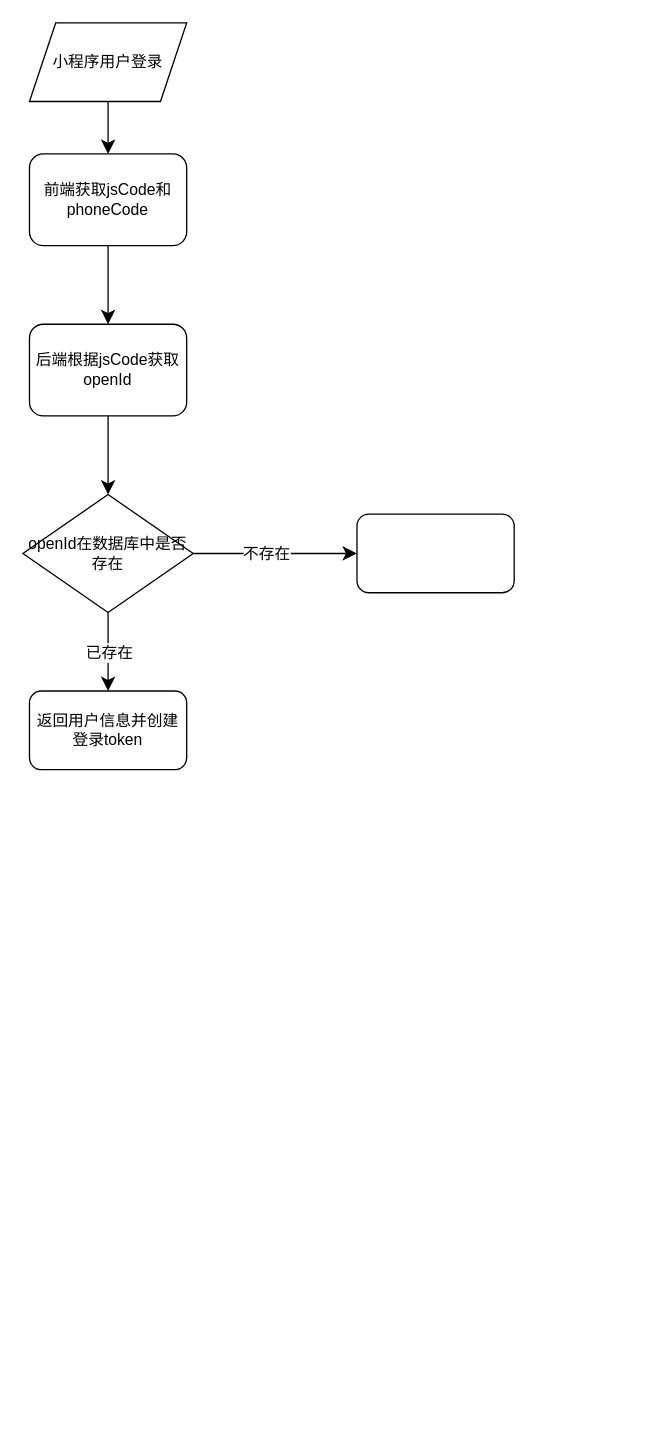
The draw.io diagram 登录流程.drawio in will-ye/learngitinhome, before the edit. Source tidied: cells renumbered, new cells numbered last; positions are measured from the earlier drawing's top-left corner, leaving out a move shared by most shapes. Both pictures are drawn from the tidied source at 131%, with x=0, y=0 at pixel (22, 22).
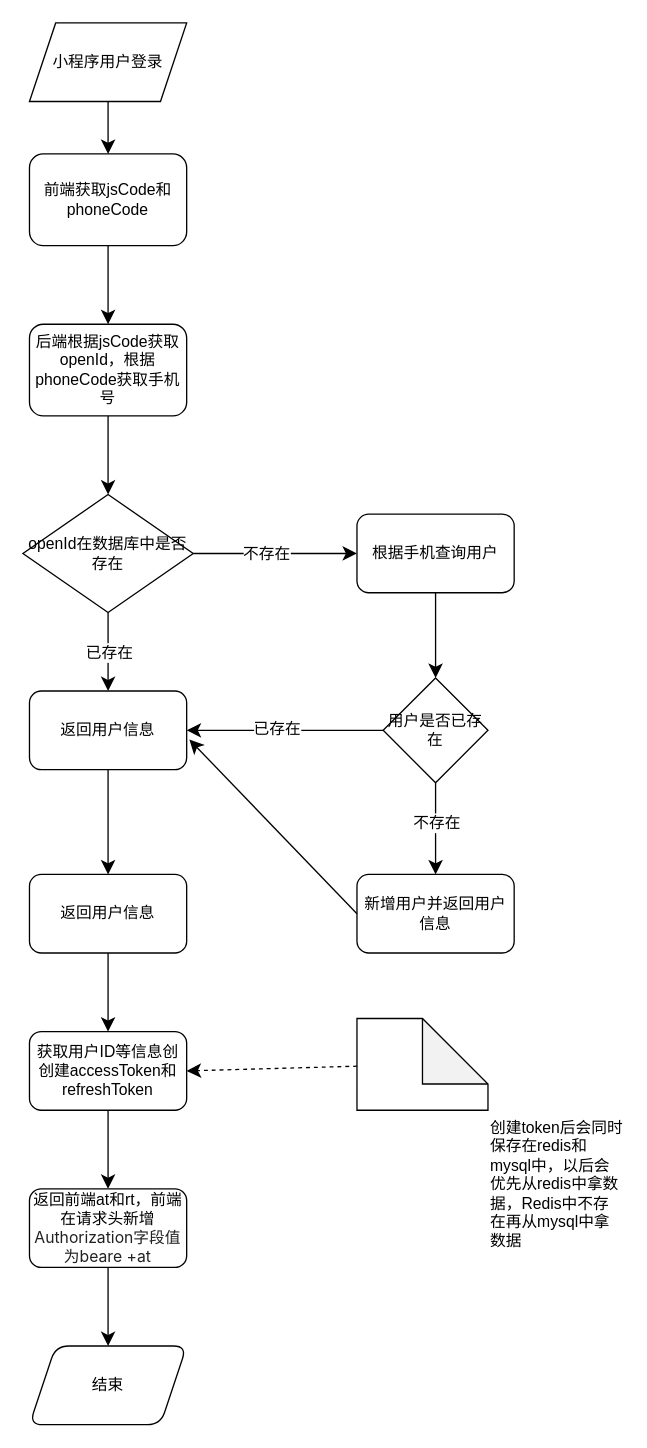
After the change.

Commit message (it also covers changes not shown here):
更新登录流程.drawio

What changed in the source:
```diff
@@
-    <mxCell id="7" value="后端根据jsCode获取openId" style="rounded=1;whiteSpace=wrap;html=1;fontSize=12;glass=0;strokeWidth=1;shadow=0;" parent="1" vertex="1">
+    <mxCell id="7" value="后端根据jsCode获取openId，根据phoneCode获取手机号" style="rounded=1;whiteSpace=wrap;html=1;fontSize=12;glass=0;strokeWidth=1;shadow=0;" parent="1" vertex="1">
       <mxGeometry x="5" y="230" width="120" height="70" as="geometry" />
     </mxCell>
@@
+    <mxCell id="16" style="edgeStyle=none;curved=1;rounded=0;jettySize=auto;html=1;fontSize=12;startSize=8;endSize=8;" parent="1" edge="1" source="14" target="26">
+      <mxGeometry relative="1" as="geometry" />
+    </mxCell>
-    <mxCell id="14" value="返回用户信息并创建登录token" style="rounded=1;whiteSpace=wrap;html=1;" parent="1" vertex="1">
+    <mxCell id="14" value="返回用户信息" style="rounded=1;whiteSpace=wrap;html=1;" parent="1" vertex="1">
       <mxGeometry x="5" y="510" width="120" height="60" as="geometry" />
     </mxCell>
+    <mxCell id="17" style="edgeStyle=none;curved=1;rounded=0;jettySize=auto;html=1;entryX=0.5;entryY=0;entryDx=0;entryDy=0;fontSize=12;startSize=8;endSize=8;" parent="1" edge="1" source="15" target="22">
+      <mxGeometry relative="1" as="geometry" />
+    </mxCell>
-    <mxCell id="15" style="rounded=1;whiteSpace=wrap;html=1;" parent="1" vertex="1">
+    <mxCell id="15" value="根据手机查询用户" style="rounded=1;whiteSpace=wrap;html=1;" parent="1" vertex="1">
       <mxGeometry x="255" y="375" width="120" height="60" as="geometry" />
     </mxCell>
+    <mxCell id="18" style="edgeStyle=none;curved=1;rounded=0;jettySize=auto;html=1;entryX=1;entryY=0.5;entryDx=0;entryDy=0;fontSize=12;startSize=8;endSize=8;" parent="1" edge="1" source="22" target="14">
+      <mxGeometry relative="1" as="geometry" />
+    </mxCell>
+    <mxCell id="19" value="已存在" style="edgeLabel;html=1;align=center;verticalAlign=middle;fontSize=12;" parent="18" vertex="1">
+      <mxGeometry x="0.09" y="-2" relative="1" as="geometry" />
+    </mxCell>
+    <mxCell id="20" style="edgeStyle=none;curved=1;rounded=0;jettySize=auto;html=1;fontSize=12;startSize=8;endSize=8;" parent="1" edge="1" source="22" target="23">
+      <mxGeometry relative="1" as="geometry" />
+    </mxCell>
+    <mxCell id="21" value="不存在" style="edgeLabel;html=1;align=center;verticalAlign=middle;fontSize=12;" parent="20" vertex="1">
+      <mxGeometry x="-0.4" relative="1" as="geometry">
+        <mxPoint y="9" as="offset" />
+      </mxGeometry>
+    </mxCell>
+    <mxCell id="22" value="用户是否已存在" style="rhombus;whiteSpace=wrap;html=1;" parent="1" vertex="1">
+      <mxGeometry x="275" y="500" width="80" height="80" as="geometry" />
+    </mxCell>
+    <mxCell id="23" value="新增用户并返回用户信息" style="rounded=1;whiteSpace=wrap;html=1;" parent="1" vertex="1">
+      <mxGeometry x="255" y="650" width="120" height="60" as="geometry" />
+    </mxCell>
+    <mxCell id="24" style="edgeStyle=none;curved=1;rounded=0;jettySize=auto;html=1;exitX=0;exitY=0.5;exitDx=0;exitDy=0;entryX=1.017;entryY=0.617;entryDx=0;entryDy=0;entryPerimeter=0;fontSize=12;startSize=8;endSize=8;" parent="1" edge="1" source="23" target="14">
+      <mxGeometry relative="1" as="geometry" />
+    </mxCell>
+    <mxCell id="25" style="edgeStyle=none;curved=1;rounded=0;jettySize=auto;html=1;fontSize=12;startSize=8;endSize=8;" parent="1" edge="1" source="26" target="28">
+      <mxGeometry relative="1" as="geometry" />
+    </mxCell>
+    <mxCell id="26" value="返回用户信息" style="rounded=1;whiteSpace=wrap;html=1;" parent="1" vertex="1">
+      <mxGeometry x="5" y="650" width="120" height="60" as="geometry" />
+    </mxCell>
+    <mxCell id="27" style="edgeStyle=none;curved=1;rounded=0;jettySize=auto;html=1;fontSize=12;startSize=8;endSize=8;" parent="1" edge="1" source="28" target="30">
+      <mxGeometry relative="1" as="geometry" />
+    </mxCell>
+    <mxCell id="28" value="获取用户ID等信息创创建accessToken和refreshToken" style="rounded=1;whiteSpace=wrap;html=1;" parent="1" vertex="1">
+      <mxGeometry x="5" y="770" width="120" height="60" as="geometry" />
+    </mxCell>
+    <mxCell id="29" style="edgeStyle=none;curved=1;rounded=0;jettySize=auto;html=1;fontSize=12;startSize=8;endSize=8;" parent="1" edge="1" source="30" target="31">
+      <mxGeometry relative="1" as="geometry" />
+    </mxCell>
+    <mxCell id="30" value="返回前端at和rt，前端在请求头新增&lt;span style=&quot;color: rgb(33, 33, 33); font-family: Inter, system-ui, -apple-system, BlinkMacSystemFont, &amp;quot;Segoe UI&amp;quot;, Roboto, Oxygen, Ubuntu, Cantarell, &amp;quot;Fira Sans&amp;quot;, &amp;quot;Droid Sans&amp;quot;, Helvetica, Arial, sans-serif; text-align: left; white-space-collapse: preserve; background-color: rgb(255, 255, 255);&quot;&gt;Authorization字段值为beare +at&lt;/span&gt;" style="rounded=1;whiteSpace=wrap;html=1;" parent="1" vertex="1">
+      <mxGeometry x="5" y="890" width="120" height="60" as="geometry" />
+    </mxCell>
+    <mxCell id="31" value="结束" style="shape=parallelogram;perimeter=parallelogramPerimeter;whiteSpace=wrap;html=1;fixedSize=1;rounded=1;" parent="1" vertex="1">
+      <mxGeometry x="5" y="1010" width="120" height="60" as="geometry" />
+    </mxCell>
+    <mxCell id="32" style="edgeStyle=none;curved=1;rounded=0;jettySize=auto;html=1;entryX=1;entryY=0.5;entryDx=0;entryDy=0;fontSize=12;startSize=8;endSize=8;dashed=1;" parent="1" edge="1" source="33" target="28">
+      <mxGeometry relative="1" as="geometry" />
+    </mxCell>
+    <mxCell id="33" value="创建token后会同时保存在redis和mysql中，以后会优先从redis中拿数据，Redis中不存在再从mysql中拿数据" style="shape=note;whiteSpace=wrap;html=1;backgroundOutline=1;darkOpacity=0.05;labelPosition=right;verticalLabelPosition=bottom;align=left;verticalAlign=top;size=50;" parent="1" vertex="1">
+      <mxGeometry x="255" y="760" width="100" height="70" as="geometry" />
+    </mxCell>
```
